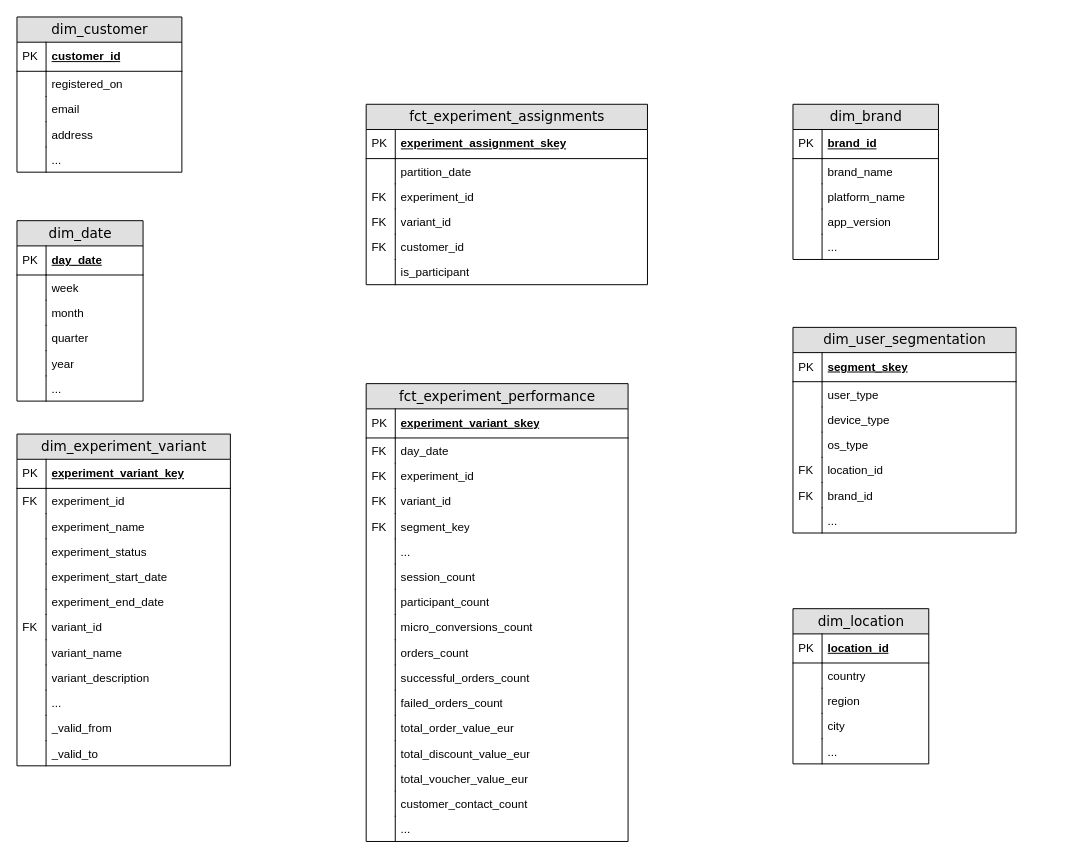
Before: page "Data Model" (2 of 5) of delivery hero.drawio in domenicoboris89/Diagrams, a draw.io diagram. Source tidied: cells renumbered, new cells numbered last; positions are measured from the earlier drawing's top-left corner, leaving out a move shared by most shapes. Both pictures are drawn from the tidied source at 97%, with x=0, y=0 at pixel (16, 16).
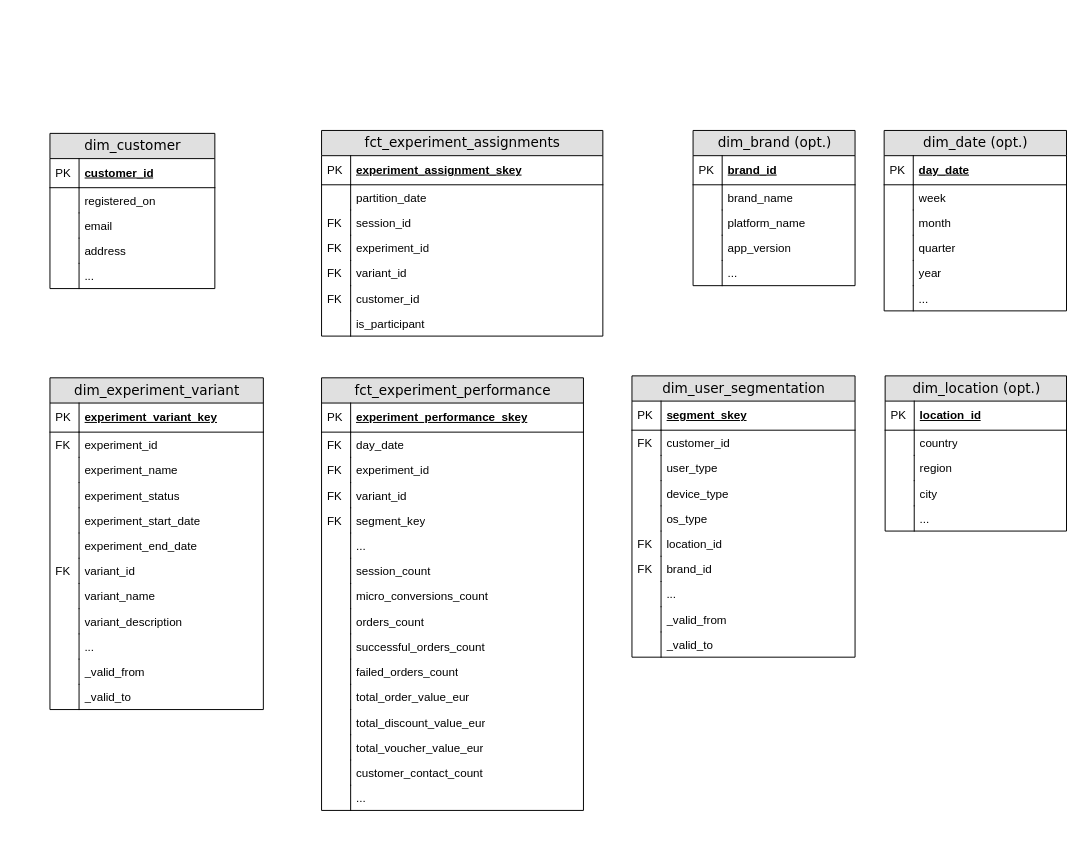
The same diagram, later.

Diff of the diagram source:
```diff
@@
-    <mxCell id="2" value="dim_date" style="swimlane;html=1;fontStyle=0;horizontal=1;startSize=26;fillColor=#e0e0e0;swimlaneFillColor=#ffffff;align=center;rounded=0;shadow=0;comic=0;labelBackgroundColor=none;strokeWidth=1;fontFamily=Verdana;fontSize=14;swimlaneLine=1;" parent="1" vertex="1">
-      <mxGeometry y="210" width="130" height="186" as="geometry" />
+    <mxCell id="2" value="dim_date (opt.)" style="swimlane;html=1;fontStyle=0;horizontal=1;startSize=26;fillColor=#e0e0e0;swimlaneFillColor=#ffffff;align=center;rounded=0;shadow=0;comic=0;labelBackgroundColor=none;strokeWidth=1;fontFamily=Verdana;fontSize=14;swimlaneLine=1;" parent="1" vertex="1">
+      <mxGeometry x="894" y="117" width="188" height="186" as="geometry" />
     </mxCell>
     <mxCell id="3" value="day_date" style="shape=partialRectangle;top=0;left=0;right=0;bottom=1;html=1;align=left;verticalAlign=middle;fillColor=none;spacingLeft=34;spacingRight=4;whiteSpace=wrap;overflow=hidden;fontStyle=5;" parent="2" vertex="1">
-      <mxGeometry y="26" width="130" height="30" as="geometry" />
+      <mxGeometry y="26" width="188" height="30" as="geometry" />
     </mxCell>
@@
     <mxCell id="5" value="week" style="shape=partialRectangle;top=0;left=0;right=0;bottom=0;html=1;align=left;verticalAlign=top;fillColor=none;spacingLeft=34;spacingRight=4;whiteSpace=wrap;overflow=hidden;" parent="2" vertex="1">
-      <mxGeometry y="56" width="130" height="26" as="geometry" />
+      <mxGeometry y="56" width="188" height="26" as="geometry" />
     </mxCell>
@@
     <mxCell id="7" value="month" style="shape=partialRectangle;top=0;left=0;right=0;bottom=0;html=1;align=left;verticalAlign=top;fillColor=none;spacingLeft=34;spacingRight=4;whiteSpace=wrap;overflow=hidden;" parent="2" vertex="1">
-      <mxGeometry y="82" width="130" height="26" as="geometry" />
+      <mxGeometry y="82" width="188" height="26" as="geometry" />
     </mxCell>
@@
     <mxCell id="9" value="quarter" style="shape=partialRectangle;top=0;left=0;right=0;bottom=0;html=1;align=left;verticalAlign=top;fillColor=none;spacingLeft=34;spacingRight=4;whiteSpace=wrap;overflow=hidden;" parent="2" vertex="1">
-      <mxGeometry y="108" width="130" height="26" as="geometry" />
+      <mxGeometry y="108" width="188" height="26" as="geometry" />
     </mxCell>
@@
     <mxCell id="11" value="year" style="shape=partialRectangle;top=0;left=0;right=0;bottom=0;html=1;align=left;verticalAlign=top;fillColor=none;spacingLeft=34;spacingRight=4;whiteSpace=wrap;overflow=hidden;" parent="2" vertex="1">
-      <mxGeometry y="134" width="130" height="26" as="geometry" />
+      <mxGeometry y="134" width="188" height="26" as="geometry" />
     </mxCell>
@@
     <mxCell id="13" value="..." style="shape=partialRectangle;top=0;left=0;right=0;bottom=0;html=1;align=left;verticalAlign=top;fillColor=none;spacingLeft=34;spacingRight=4;whiteSpace=wrap;overflow=hidden;" parent="2" vertex="1">
-      <mxGeometry y="160" width="130" height="26" as="geometry" />
+      <mxGeometry y="160" width="188" height="26" as="geometry" />
     </mxCell>
@@
     <mxCell id="15" value="dim_experiment_variant" style="swimlane;html=1;fontStyle=0;horizontal=1;startSize=26;fillColor=#e0e0e0;swimlaneFillColor=#ffffff;align=center;rounded=0;shadow=0;comic=0;labelBackgroundColor=none;strokeWidth=1;fontFamily=Verdana;fontSize=14;swimlaneLine=1;" parent="1" vertex="1">
-      <mxGeometry y="430" width="220" height="342" as="geometry" />
+      <mxGeometry x="34" y="372" width="220" height="342" as="geometry" />
     </mxCell>
@@
     <mxCell id="40" value="dim_user_segmentation" style="swimlane;html=1;fontStyle=0;horizontal=1;startSize=26;fillColor=#e0e0e0;swimlaneFillColor=#ffffff;align=center;rounded=0;shadow=0;comic=0;labelBackgroundColor=none;strokeWidth=1;fontFamily=Verdana;fontSize=14;swimlaneLine=1;" parent="1" vertex="1">
-      <mxGeometry x="800" y="320" width="230" height="212" as="geometry" />
+      <mxGeometry x="634" y="370" width="230" height="290" as="geometry" />
     </mxCell>
@@
-    <mxCell id="43" value="user_type" style="shape=partialRectangle;top=0;left=0;right=0;bottom=0;html=1;align=left;verticalAlign=top;fillColor=none;spacingLeft=34;spacingRight=4;whiteSpace=wrap;overflow=hidden;" parent="40" vertex="1">
+    <mxCell id="43" value="customer_id" style="shape=partialRectangle;top=0;left=0;right=0;bottom=0;html=1;align=left;verticalAlign=top;fillColor=none;spacingLeft=34;spacingRight=4;whiteSpace=wrap;overflow=hidden;" parent="40" vertex="1">
       <mxGeometry y="56" width="230" height="26" as="geometry" />
     </mxCell>
-    <mxCell id="44" style="shape=partialRectangle;top=0;left=0;bottom=0;html=1;fillColor=none;align=left;verticalAlign=top;spacingLeft=4;spacingRight=4;whiteSpace=wrap;overflow=hidden;" parent="43" vertex="1">
+    <mxCell id="44" value="FK" style="shape=partialRectangle;top=0;left=0;bottom=0;html=1;fillColor=none;align=left;verticalAlign=top;spacingLeft=4;spacingRight=4;whiteSpace=wrap;overflow=hidden;" parent="43" vertex="1">
       <mxGeometry width="30" height="26" as="geometry" />
     </mxCell>
+    <mxCell id="136" value="user_type" style="shape=partialRectangle;top=0;left=0;right=0;bottom=0;html=1;align=left;verticalAlign=top;fillColor=none;spacingLeft=34;spacingRight=4;whiteSpace=wrap;overflow=hidden;" parent="40" vertex="1">
+      <mxGeometry y="82" width="230" height="26" as="geometry" />
+    </mxCell>
+    <mxCell id="137" style="shape=partialRectangle;top=0;left=0;bottom=0;html=1;fillColor=none;align=left;verticalAlign=top;spacingLeft=4;spacingRight=4;whiteSpace=wrap;overflow=hidden;" parent="136" vertex="1">
+      <mxGeometry width="30" height="26" as="geometry" />
+    </mxCell>
     <mxCell id="45" value="device_type" style="shape=partialRectangle;top=0;left=0;right=0;bottom=0;html=1;align=left;verticalAlign=top;fillColor=none;spacingLeft=34;spacingRight=4;whiteSpace=wrap;overflow=hidden;" parent="40" vertex="1">
-      <mxGeometry y="82" width="230" height="26" as="geometry" />
+      <mxGeometry y="108" width="230" height="26" as="geometry" />
     </mxCell>
@@
     <mxCell id="47" value="os_type" style="shape=partialRectangle;top=0;left=0;right=0;bottom=0;html=1;align=left;verticalAlign=top;fillColor=none;spacingLeft=34;spacingRight=4;whiteSpace=wrap;overflow=hidden;" parent="40" vertex="1">
-      <mxGeometry y="108" width="230" height="26" as="geometry" />
+      <mxGeometry y="134" width="230" height="26" as="geometry" />
     </mxCell>
@@
     <mxCell id="49" value="location_id" style="shape=partialRectangle;top=0;left=0;right=0;bottom=0;html=1;align=left;verticalAlign=top;fillColor=none;spacingLeft=34;spacingRight=4;whiteSpace=wrap;overflow=hidden;" parent="40" vertex="1">
-      <mxGeometry y="134" width="230" height="26" as="geometry" />
+      <mxGeometry y="160" width="230" height="26" as="geometry" />
     </mxCell>
@@
     <mxCell id="51" value="brand_id" style="shape=partialRectangle;top=0;left=0;right=0;bottom=0;html=1;align=left;verticalAlign=top;fillColor=none;spacingLeft=34;spacingRight=4;whiteSpace=wrap;overflow=hidden;" parent="40" vertex="1">
-      <mxGeometry y="160" width="230" height="26" as="geometry" />
+      <mxGeometry y="186" width="230" height="26" as="geometry" />
     </mxCell>
@@
     <mxCell id="53" value="..." style="shape=partialRectangle;top=0;left=0;right=0;bottom=0;html=1;align=left;verticalAlign=top;fillColor=none;spacingLeft=34;spacingRight=4;whiteSpace=wrap;overflow=hidden;" parent="40" vertex="1">
-      <mxGeometry y="186" width="230" height="26" as="geometry" />
+      <mxGeometry y="212" width="230" height="26" as="geometry" />
     </mxCell>
@@
+    <mxCell id="138" value="_valid_from" style="shape=partialRectangle;top=0;left=0;right=0;bottom=0;html=1;align=left;verticalAlign=top;fillColor=none;spacingLeft=34;spacingRight=4;whiteSpace=wrap;overflow=hidden;" parent="40" vertex="1">
+      <mxGeometry y="238" width="230" height="26" as="geometry" />
+    </mxCell>
+    <mxCell id="139" style="shape=partialRectangle;top=0;left=0;bottom=0;html=1;fillColor=none;align=left;verticalAlign=top;spacingLeft=4;spacingRight=4;whiteSpace=wrap;overflow=hidden;" parent="138" vertex="1">
+      <mxGeometry width="30" height="26" as="geometry" />
+    </mxCell>
+    <mxCell id="140" value="_valid_to" style="shape=partialRectangle;top=0;left=0;right=0;bottom=0;html=1;align=left;verticalAlign=top;fillColor=none;spacingLeft=34;spacingRight=4;whiteSpace=wrap;overflow=hidden;" parent="40" vertex="1">
+      <mxGeometry y="264" width="230" height="26" as="geometry" />
+    </mxCell>
+    <mxCell id="141" style="shape=partialRectangle;top=0;left=0;bottom=0;html=1;fillColor=none;align=left;verticalAlign=top;spacingLeft=4;spacingRight=4;whiteSpace=wrap;overflow=hidden;" parent="140" vertex="1">
+      <mxGeometry width="30" height="26" as="geometry" />
+    </mxCell>
-    <mxCell id="55" value="dim_brand" style="swimlane;html=1;fontStyle=0;horizontal=1;startSize=26;fillColor=#e0e0e0;swimlaneFillColor=#ffffff;align=center;rounded=0;shadow=0;comic=0;labelBackgroundColor=none;strokeWidth=1;fontFamily=Verdana;fontSize=14;swimlaneLine=1;" parent="1" vertex="1">
-      <mxGeometry x="800" y="90" width="150" height="160" as="geometry" />
+    <mxCell id="55" value="dim_brand (opt.)" style="swimlane;html=1;fontStyle=0;horizontal=1;startSize=26;fillColor=#e0e0e0;swimlaneFillColor=#ffffff;align=center;rounded=0;shadow=0;comic=0;labelBackgroundColor=none;strokeWidth=1;fontFamily=Verdana;fontSize=14;swimlaneLine=1;" parent="1" vertex="1">
+      <mxGeometry x="697" y="117" width="167" height="160" as="geometry" />
     </mxCell>
     <mxCell id="56" value="brand_id" style="shape=partialRectangle;top=0;left=0;right=0;bottom=1;html=1;align=left;verticalAlign=middle;fillColor=none;spacingLeft=34;spacingRight=4;whiteSpace=wrap;overflow=hidden;fontStyle=5;" parent="55" vertex="1">
-      <mxGeometry y="26" width="150" height="30" as="geometry" />
+      <mxGeometry y="26" width="167" height="30" as="geometry" />
     </mxCell>
@@
     <mxCell id="58" value="brand_name" style="shape=partialRectangle;top=0;left=0;right=0;bottom=0;html=1;align=left;verticalAlign=top;fillColor=none;spacingLeft=34;spacingRight=4;whiteSpace=wrap;overflow=hidden;" parent="55" vertex="1">
-      <mxGeometry y="56" width="150" height="26" as="geometry" />
+      <mxGeometry y="56" width="167" height="26" as="geometry" />
     </mxCell>
@@
     <mxCell id="60" value="platform_name" style="shape=partialRectangle;top=0;left=0;right=0;bottom=0;html=1;align=left;verticalAlign=top;fillColor=none;spacingLeft=34;spacingRight=4;whiteSpace=wrap;overflow=hidden;" parent="55" vertex="1">
-      <mxGeometry y="82" width="150" height="26" as="geometry" />
+      <mxGeometry y="82" width="167" height="26" as="geometry" />
     </mxCell>
@@
     <mxCell id="62" value="app_version" style="shape=partialRectangle;top=0;left=0;right=0;bottom=0;html=1;align=left;verticalAlign=top;fillColor=none;spacingLeft=34;spacingRight=4;whiteSpace=wrap;overflow=hidden;" parent="55" vertex="1">
-      <mxGeometry y="108" width="150" height="26" as="geometry" />
+      <mxGeometry y="108" width="167" height="26" as="geometry" />
     </mxCell>
@@
     <mxCell id="64" value="..." style="shape=partialRectangle;top=0;left=0;right=0;bottom=0;html=1;align=left;verticalAlign=top;fillColor=none;spacingLeft=34;spacingRight=4;whiteSpace=wrap;overflow=hidden;" parent="55" vertex="1">
-      <mxGeometry y="134" width="150" height="26" as="geometry" />
+      <mxGeometry y="134" width="167" height="26" as="geometry" />
     </mxCell>
@@
     <mxCell id="66" value="fct_experiment_performance" style="swimlane;html=1;fontStyle=0;horizontal=1;startSize=26;fillColor=#e0e0e0;swimlaneFillColor=#ffffff;align=center;rounded=0;shadow=0;comic=0;labelBackgroundColor=none;strokeWidth=1;fontFamily=Verdana;fontSize=14;swimlaneLine=1;" parent="1" vertex="1">
-      <mxGeometry x="360" y="378" width="270" height="472" as="geometry" />
+      <mxGeometry x="314" y="372" width="270" height="446" as="geometry" />
     </mxCell>
-    <mxCell id="67" value="experiment_variant_skey" style="shape=partialRectangle;top=0;left=0;right=0;bottom=1;html=1;align=left;verticalAlign=middle;fillColor=none;spacingLeft=34;spacingRight=4;whiteSpace=wrap;overflow=hidden;fontStyle=5;" parent="66" vertex="1">
+    <mxCell id="67" value="experiment_performance_skey" style="shape=partialRectangle;top=0;left=0;right=0;bottom=1;html=1;align=left;verticalAlign=middle;fillColor=none;spacingLeft=34;spacingRight=4;whiteSpace=wrap;overflow=hidden;fontStyle=5;" parent="66" vertex="1">
       <mxGeometry y="26" width="270" height="30" as="geometry" />
     </mxCell>
@@
-    <mxCell id="81" value="participant_count" style="shape=partialRectangle;top=0;left=0;right=0;bottom=0;html=1;align=left;verticalAlign=top;fillColor=none;spacingLeft=34;spacingRight=4;whiteSpace=wrap;overflow=hidden;" parent="66" vertex="1">
-      <mxGeometry y="212" width="270" height="26" as="geometry" />
-    </mxCell>
-    <mxCell id="82" style="shape=partialRectangle;top=0;left=0;bottom=0;html=1;fillColor=none;align=left;verticalAlign=top;spacingLeft=4;spacingRight=4;whiteSpace=wrap;overflow=hidden;" parent="81" vertex="1">
-      <mxGeometry width="30" height="26" as="geometry" />
-    </mxCell>
     <mxCell id="83" value="micro_conversions_count" style="shape=partialRectangle;top=0;left=0;right=0;bottom=0;html=1;align=left;verticalAlign=top;fillColor=none;spacingLeft=34;spacingRight=4;whiteSpace=wrap;overflow=hidden;" parent="66" vertex="1">
-      <mxGeometry y="238" width="270" height="26" as="geometry" />
+      <mxGeometry y="212" width="270" height="26" as="geometry" />
     </mxCell>
@@
     <mxCell id="85" value="orders_count" style="shape=partialRectangle;top=0;left=0;right=0;bottom=0;html=1;align=left;verticalAlign=top;fillColor=none;spacingLeft=34;spacingRight=4;whiteSpace=wrap;overflow=hidden;" parent="66" vertex="1">
-      <mxGeometry y="264" width="270" height="26" as="geometry" />
+      <mxGeometry y="238" width="270" height="26" as="geometry" />
     </mxCell>
@@
     <mxCell id="87" value="successful_orders_count" style="shape=partialRectangle;top=0;left=0;right=0;bottom=0;html=1;align=left;verticalAlign=top;fillColor=none;spacingLeft=34;spacingRight=4;whiteSpace=wrap;overflow=hidden;" parent="66" vertex="1">
-      <mxGeometry y="290" width="270" height="26" as="geometry" />
+      <mxGeometry y="264" width="270" height="26" as="geometry" />
     </mxCell>
@@
     <mxCell id="89" value="failed_orders_count" style="shape=partialRectangle;top=0;left=0;right=0;bottom=0;html=1;align=left;verticalAlign=top;fillColor=none;spacingLeft=34;spacingRight=4;whiteSpace=wrap;overflow=hidden;" parent="66" vertex="1">
-      <mxGeometry y="316" width="270" height="26" as="geometry" />
+      <mxGeometry y="290" width="270" height="26" as="geometry" />
     </mxCell>
@@
     <mxCell id="91" value="total_order_value_eur" style="shape=partialRectangle;top=0;left=0;right=0;bottom=0;html=1;align=left;verticalAlign=top;fillColor=none;spacingLeft=34;spacingRight=4;whiteSpace=wrap;overflow=hidden;" parent="66" vertex="1">
-      <mxGeometry y="342" width="270" height="26" as="geometry" />
+      <mxGeometry y="316" width="270" height="26" as="geometry" />
     </mxCell>
@@
     <mxCell id="93" value="total_discount_value_eur" style="shape=partialRectangle;top=0;left=0;right=0;bottom=0;html=1;align=left;verticalAlign=top;fillColor=none;spacingLeft=34;spacingRight=4;whiteSpace=wrap;overflow=hidden;" parent="66" vertex="1">
-      <mxGeometry y="368" width="270" height="26" as="geometry" />
+      <mxGeometry y="342" width="270" height="26" as="geometry" />
     </mxCell>
@@
     <mxCell id="95" value="total_voucher_value_eur" style="shape=partialRectangle;top=0;left=0;right=0;bottom=0;html=1;align=left;verticalAlign=top;fillColor=none;spacingLeft=34;spacingRight=4;whiteSpace=wrap;overflow=hidden;" parent="66" vertex="1">
-      <mxGeometry y="394" width="270" height="26" as="geometry" />
+      <mxGeometry y="368" width="270" height="26" as="geometry" />
     </mxCell>
@@
     <mxCell id="97" value="customer_contact_count" style="shape=partialRectangle;top=0;left=0;right=0;bottom=0;html=1;align=left;verticalAlign=top;fillColor=none;spacingLeft=34;spacingRight=4;whiteSpace=wrap;overflow=hidden;" parent="66" vertex="1">
-      <mxGeometry y="420" width="270" height="26" as="geometry" />
+      <mxGeometry y="394" width="270" height="26" as="geometry" />
     </mxCell>
@@
     <mxCell id="99" value="..." style="shape=partialRectangle;top=0;left=0;right=0;bottom=0;html=1;align=left;verticalAlign=top;fillColor=none;spacingLeft=34;spacingRight=4;whiteSpace=wrap;overflow=hidden;" parent="66" vertex="1">
-      <mxGeometry y="446" width="270" height="26" as="geometry" />
+      <mxGeometry y="420" width="270" height="26" as="geometry" />
     </mxCell>
@@
-    <mxCell id="101" value="dim_location" style="swimlane;html=1;fontStyle=0;horizontal=1;startSize=26;fillColor=#e0e0e0;swimlaneFillColor=#ffffff;align=center;rounded=0;shadow=0;comic=0;labelBackgroundColor=none;strokeWidth=1;fontFamily=Verdana;fontSize=14;swimlaneLine=1;" parent="1" vertex="1">
-      <mxGeometry x="800" y="610" width="140" height="160" as="geometry" />
+    <mxCell id="101" value="dim_location (opt.)" style="swimlane;html=1;fontStyle=0;horizontal=1;startSize=26;fillColor=#e0e0e0;swimlaneFillColor=#ffffff;align=center;rounded=0;shadow=0;comic=0;labelBackgroundColor=none;strokeWidth=1;fontFamily=Verdana;fontSize=14;swimlaneLine=1;" parent="1" vertex="1">
+      <mxGeometry x="895" y="370" width="187" height="160" as="geometry" />
     </mxCell>
     <mxCell id="102" value="location_id" style="shape=partialRectangle;top=0;left=0;right=0;bottom=1;html=1;align=left;verticalAlign=middle;fillColor=none;spacingLeft=34;spacingRight=4;whiteSpace=wrap;overflow=hidden;fontStyle=5;" parent="101" vertex="1">
-      <mxGeometry y="26" width="140" height="30" as="geometry" />
+      <mxGeometry y="26" width="187" height="30" as="geometry" />
     </mxCell>
@@
     <mxCell id="104" value="country" style="shape=partialRectangle;top=0;left=0;right=0;bottom=0;html=1;align=left;verticalAlign=top;fillColor=none;spacingLeft=34;spacingRight=4;whiteSpace=wrap;overflow=hidden;" parent="101" vertex="1">
-      <mxGeometry y="56" width="140" height="26" as="geometry" />
+      <mxGeometry y="56" width="187" height="26" as="geometry" />
     </mxCell>
@@
     <mxCell id="106" value="region" style="shape=partialRectangle;top=0;left=0;right=0;bottom=0;html=1;align=left;verticalAlign=top;fillColor=none;spacingLeft=34;spacingRight=4;whiteSpace=wrap;overflow=hidden;" parent="101" vertex="1">
-      <mxGeometry y="82" width="140" height="26" as="geometry" />
+      <mxGeometry y="82" width="187" height="26" as="geometry" />
     </mxCell>
@@
     <mxCell id="108" value="city" style="shape=partialRectangle;top=0;left=0;right=0;bottom=0;html=1;align=left;verticalAlign=top;fillColor=none;spacingLeft=34;spacingRight=4;whiteSpace=wrap;overflow=hidden;" parent="101" vertex="1">
-      <mxGeometry y="108" width="140" height="26" as="geometry" />
+      <mxGeometry y="108" width="187" height="26" as="geometry" />
     </mxCell>
@@
     <mxCell id="110" value="..." style="shape=partialRectangle;top=0;left=0;right=0;bottom=0;html=1;align=left;verticalAlign=top;fillColor=none;spacingLeft=34;spacingRight=4;whiteSpace=wrap;overflow=hidden;" parent="101" vertex="1">
-      <mxGeometry y="134" width="140" height="26" as="geometry" />
+      <mxGeometry y="134" width="187" height="26" as="geometry" />
     </mxCell>
@@
     <mxCell id="112" value="fct_experiment_assignments" style="swimlane;html=1;fontStyle=0;horizontal=1;startSize=26;fillColor=#e0e0e0;swimlaneFillColor=#ffffff;align=center;rounded=0;shadow=0;comic=0;labelBackgroundColor=none;strokeWidth=1;fontFamily=Verdana;fontSize=14;swimlaneLine=1;" parent="1" vertex="1">
-      <mxGeometry x="360" y="90" width="290" height="186" as="geometry" />
+      <mxGeometry x="314" y="117" width="290" height="212" as="geometry" />
     </mxCell>
@@
+    <mxCell id="142" value="&lt;div&gt;session_id&lt;/div&gt;" style="shape=partialRectangle;top=0;left=0;right=0;bottom=0;html=1;align=left;verticalAlign=top;fillColor=none;spacingLeft=34;spacingRight=4;whiteSpace=wrap;overflow=hidden;" parent="112" vertex="1">
+      <mxGeometry y="82" width="290" height="26" as="geometry" />
+    </mxCell>
+    <mxCell id="143" value="FK" style="shape=partialRectangle;top=0;left=0;bottom=0;html=1;fillColor=none;align=left;verticalAlign=top;spacingLeft=4;spacingRight=4;whiteSpace=wrap;overflow=hidden;" parent="142" vertex="1">
+      <mxGeometry width="30" height="26" as="geometry" />
+    </mxCell>
     <mxCell id="117" value="experiment_id" style="shape=partialRectangle;top=0;left=0;right=0;bottom=0;html=1;align=left;verticalAlign=top;fillColor=none;spacingLeft=34;spacingRight=4;whiteSpace=wrap;overflow=hidden;" parent="112" vertex="1">
-      <mxGeometry y="82" width="290" height="26" as="geometry" />
+      <mxGeometry y="108" width="290" height="26" as="geometry" />
     </mxCell>
@@
     <mxCell id="119" value="variant_id" style="shape=partialRectangle;top=0;left=0;right=0;bottom=0;html=1;align=left;verticalAlign=top;fillColor=none;spacingLeft=34;spacingRight=4;whiteSpace=wrap;overflow=hidden;" parent="112" vertex="1">
-      <mxGeometry y="108" width="290" height="26" as="geometry" />
+      <mxGeometry y="134" width="290" height="26" as="geometry" />
     </mxCell>
@@
-    <mxCell id="121" value="customer_id" style="shape=partialRectangle;top=0;left=0;right=0;bottom=0;html=1;align=left;verticalAlign=top;fillColor=none;spacingLeft=34;spacingRight=4;whiteSpace=wrap;overflow=hidden;" parent="112" vertex="1">
-      <mxGeometry y="134" width="290" height="26" as="geometry" />
+    <mxCell id="121" value="customer_id&lt;div&gt;&lt;br&gt;&lt;/div&gt;" style="shape=partialRectangle;top=0;left=0;right=0;bottom=0;html=1;align=left;verticalAlign=top;fillColor=none;spacingLeft=34;spacingRight=4;whiteSpace=wrap;overflow=hidden;" parent="112" vertex="1">
+      <mxGeometry y="160" width="290" height="26" as="geometry" />
     </mxCell>
@@
     <mxCell id="123" value="is_participant" style="shape=partialRectangle;top=0;left=0;right=0;bottom=0;html=1;align=left;verticalAlign=top;fillColor=none;spacingLeft=34;spacingRight=4;whiteSpace=wrap;overflow=hidden;" parent="112" vertex="1">
-      <mxGeometry y="160" width="290" height="26" as="geometry" />
+      <mxGeometry y="186" width="290" height="26" as="geometry" />
     </mxCell>
@@
     <mxCell id="125" value="dim_customer" style="swimlane;html=1;fontStyle=0;horizontal=1;startSize=26;fillColor=#e0e0e0;swimlaneFillColor=#ffffff;align=center;rounded=0;shadow=0;comic=0;labelBackgroundColor=none;strokeWidth=1;fontFamily=Verdana;fontSize=14;swimlaneLine=1;" parent="1" vertex="1">
-      <mxGeometry width="170" height="160" as="geometry" />
+      <mxGeometry x="34" y="120" width="170" height="160" as="geometry" />
     </mxCell>
```
